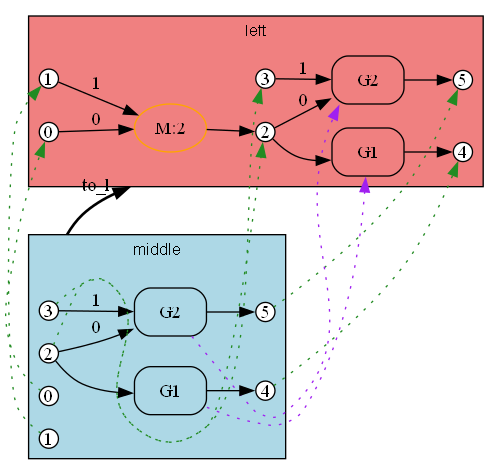
The Graphviz diagram crates/bhyp/images/test_copy_subst_commute/path2_substitution_result_span_to_l.png in ammatsui/bhypvis, before a commit. Its source is kept beside it as crates/bhyp/images/test_copy_subst_commute/path2_substitution_result_span_to_l.dot.
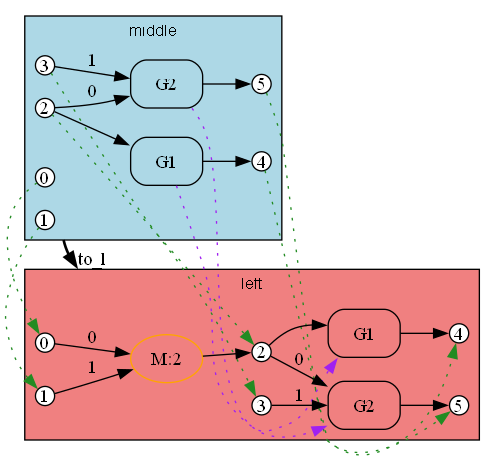
The same diagram one commit later.

The edit, as a diff of the source:
```diff
@@ -12,12 +12,12 @@
     fontname="Helvetica";
     fontsize=12;
 
-    dom_n5 [label="5", shape=circle, style=filled, fillcolor=white, color="black", width=0.2, height=0.2, fixedsize=true];
     dom_n1 [label="1", shape=circle, style=filled, fillcolor=white, color="black", width=0.2, height=0.2, fixedsize=true];
+    dom_n4 [label="4", shape=circle, style=filled, fillcolor=white, color="black", width=0.2, height=0.2, fixedsize=true];
     dom_n0 [label="0", shape=circle, style=filled, fillcolor=white, color="black", width=0.2, height=0.2, fixedsize=true];
     dom_n2 [label="2", shape=circle, style=filled, fillcolor=white, color="black", width=0.2, height=0.2, fixedsize=true];
     dom_n3 [label="3", shape=circle, style=filled, fillcolor=white, color="black", width=0.2, height=0.2, fixedsize=true];
-    dom_n4 [label="4", shape=circle, style=filled, fillcolor=white, color="black", width=0.2, height=0.2, fixedsize=true];
+    dom_n5 [label="5", shape=circle, style=filled, fillcolor=white, color="black", width=0.2, height=0.2, fixedsize=true];
     dom_e0 [label="G2", shape=box, style=rounded, color="black"];
     dom_e1 [label="G1", shape=box, style=rounded, color="black"];
     dom_n2 -> dom_e0 [label="0"];
@@ -35,12 +35,12 @@
     fontname="Helvetica";
     fontsize=12;
 
+    cod_n4 [label="4", shape=circle, style=filled, fillcolor=white, color="black", width=0.2, height=0.2, fixedsize=true];
+    cod_n3 [label="3", shape=circle, style=filled, fillcolor=white, color="black", width=0.2, height=0.2, fixedsize=true];
+    cod_n1 [label="1", shape=circle, style=filled, fillcolor=white, color="black", width=0.2, height=0.2, fixedsize=true];
+    cod_n5 [label="5", shape=circle, style=filled, fillcolor=white, color="black", width=0.2, height=0.2, fixedsize=true];
     cod_n2 [label="2", shape=circle, style=filled, fillcolor=white, color="black", width=0.2, height=0.2, fixedsize=true];
     cod_n0 [label="0", shape=circle, style=filled, fillcolor=white, color="black", width=0.2, height=0.2, fixedsize=true];
-    cod_n3 [label="3", shape=circle, style=filled, fillcolor=white, color="black", width=0.2, height=0.2, fixedsize=true];
-    cod_n5 [label="5", shape=circle, style=filled, fillcolor=white, color="black", width=0.2, height=0.2, fixedsize=true];
-    cod_n4 [label="4", shape=circle, style=filled, fillcolor=white, color="black", width=0.2, height=0.2, fixedsize=true];
-    cod_n1 [label="1", shape=circle, style=filled, fillcolor=white, color="black", width=0.2, height=0.2, fixedsize=true];
     cod_e2 [label="G1", shape=box, style=rounded, color="black"];
     cod_e0 [label="M:2", shape=ellipse, style=rounded, color="orange"];
     cod_e1 [label="G2", shape=box, style=rounded, color="black"];
@@ -55,12 +55,12 @@
     cod_anchor [shape=point, width=0, height=0, style=invis];
   }
 
+  dom_n4 -> cod_n4 [style=dotted, color=forestgreen, constraint=false];
+  dom_n5 -> cod_n5 [style=dotted, color=forestgreen, constraint=false];
+  dom_n3 -> cod_n3 [style=dotted, color=forestgreen, constraint=false];
+  dom_n1 -> cod_n1 [style=dotted, color=forestgreen, constraint=false];
   dom_n0 -> cod_n0 [style=dotted, color=forestgreen, constraint=false];
-  dom_n1 -> cod_n1 [style=dotted, color=forestgreen, constraint=false];
   dom_n2 -> cod_n2 [style=dotted, color=forestgreen, constraint=false];
-  dom_n3 -> cod_n3 [style=dotted, color=forestgreen, constraint=false];
-  dom_n5 -> cod_n5 [style=dotted, color=forestgreen, constraint=false];
-  dom_n4 -> cod_n4 [style=dotted, color=forestgreen, constraint=false];
   dom_e1 -> cod_e2 [style=dotted, color=purple, constraint=false];
   dom_e0 -> cod_e1 [style=dotted, color=purple, constraint=false];
 
```
